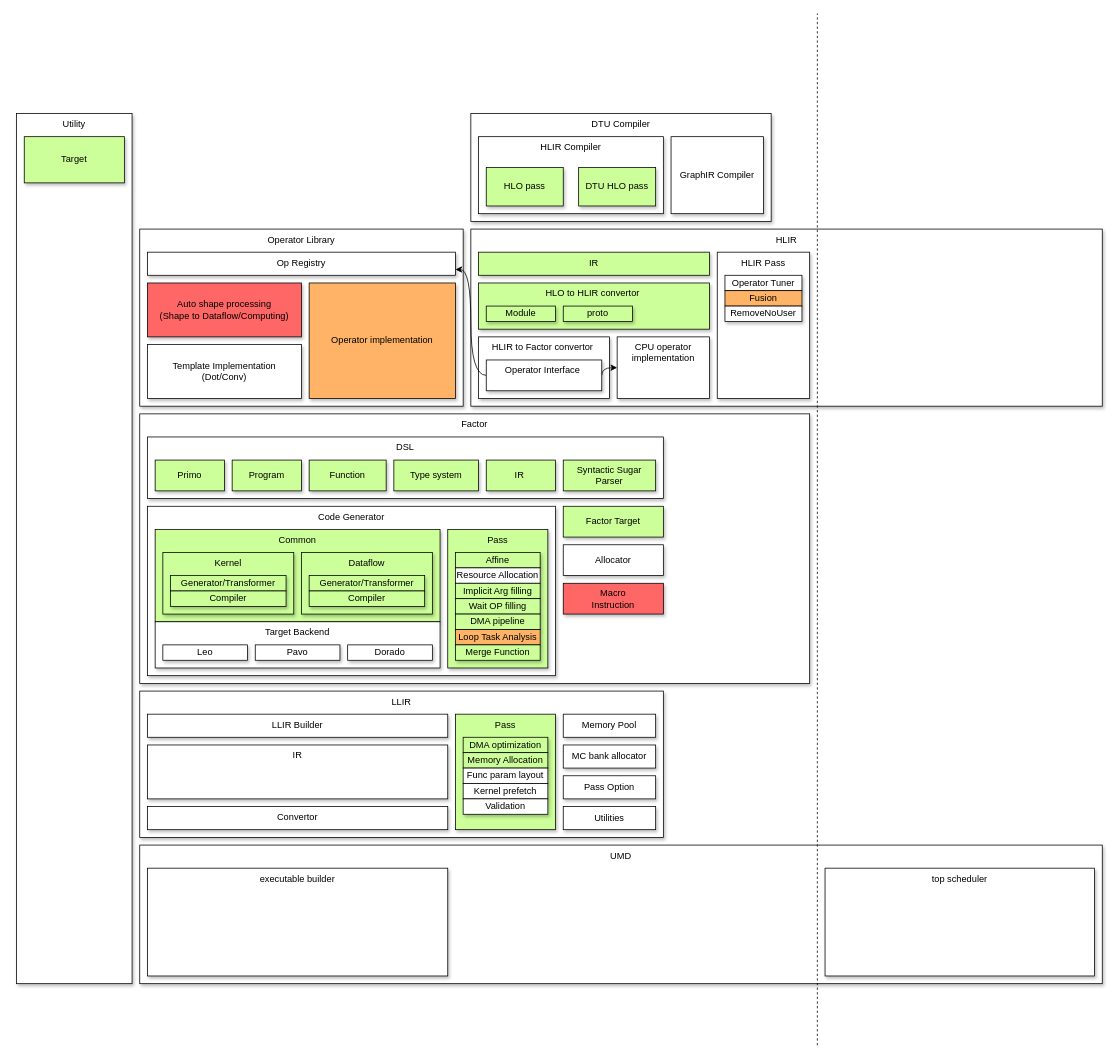
Earlier version of the draw.io diagram 组件及关系图.drawio (dingsg/drawio). Source tidied: cells renumbered, new cells numbered last; positions are measured from the earlier drawing's top-left corner, leaving out a move shared by most shapes. Both pictures are drawn from the tidied source at 77%, with x=0, y=0 at pixel (16, 13).
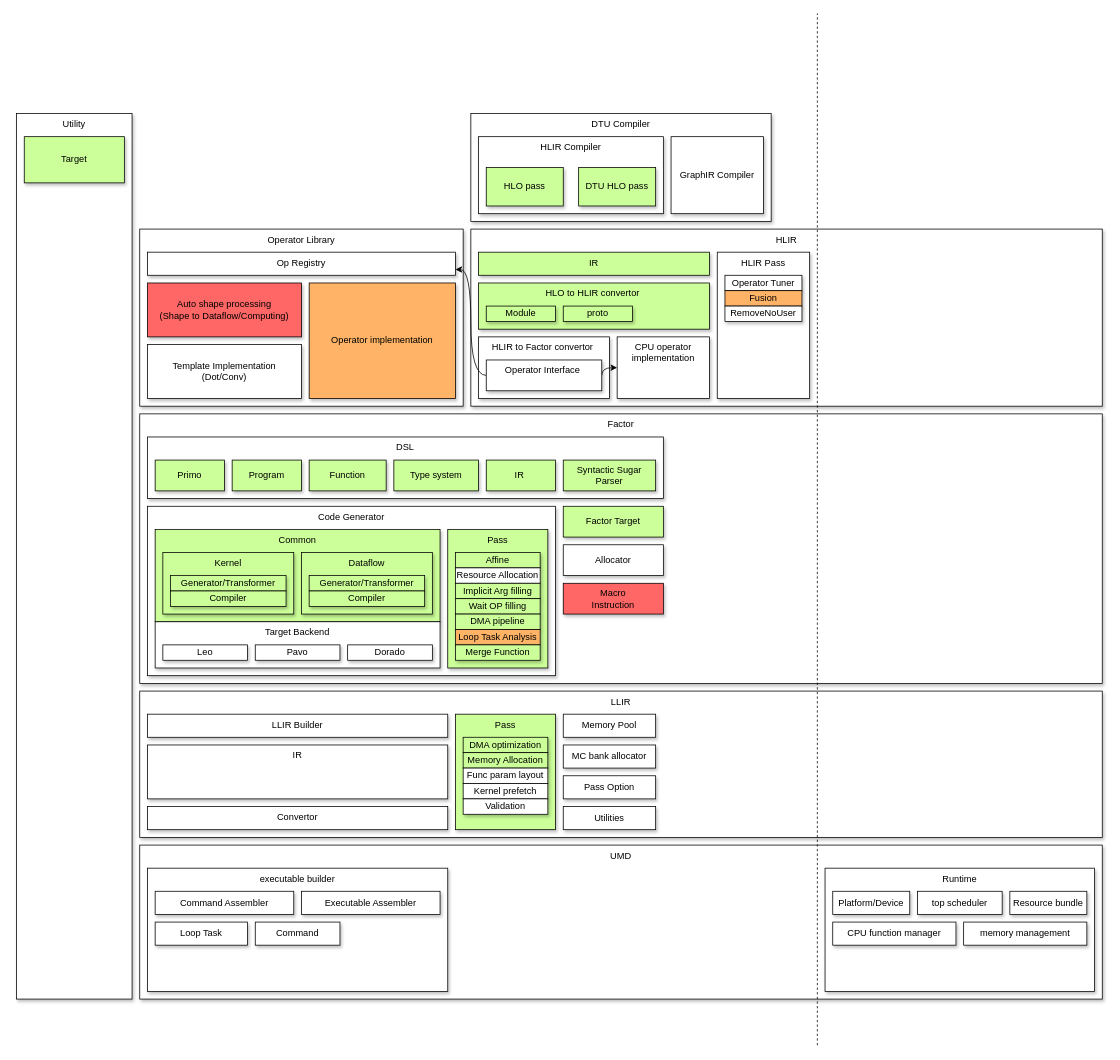
Above is the later version.

Commit message:
Update 组件及关系图.drawio

What changed in the source:
```diff
@@
     <mxCell id="3" value="Factor" style="rounded=0;whiteSpace=wrap;html=1;align=center;verticalAlign=top;shadow=1;" parent="1" vertex="1">
-      <mxGeometry x="160" y="520" width="870" height="350" as="geometry" />
+      <mxGeometry x="160" y="520" width="1250" height="350" as="geometry" />
     </mxCell>
@@
     <mxCell id="30" value="Utility" style="rounded=0;whiteSpace=wrap;html=1;align=center;verticalAlign=top;shadow=1;" parent="1" vertex="1">
-      <mxGeometry y="130" width="150" height="1130" as="geometry" />
+      <mxGeometry y="130" width="150" height="1150" as="geometry" />
     </mxCell>
@@
     <mxCell id="59" value="LLIR" style="rounded=0;whiteSpace=wrap;html=1;align=center;verticalAlign=top;shadow=1;" parent="1" vertex="1">
-      <mxGeometry x="160" y="880" width="680" height="190" as="geometry" />
+      <mxGeometry x="160" y="880" width="1250" height="190" as="geometry" />
     </mxCell>
@@
     <mxCell id="73" value="UMD" style="rounded=0;whiteSpace=wrap;html=1;align=center;verticalAlign=top;shadow=1;" parent="1" vertex="1">
-      <mxGeometry x="160" y="1080" width="1250" height="180" as="geometry" />
+      <mxGeometry x="160" y="1080" width="1250" height="200" as="geometry" />
     </mxCell>
@@
     <mxCell id="75" value="executable builder" style="rounded=0;whiteSpace=wrap;html=1;shadow=1;fillColor=#FFFFFF;align=center;verticalAlign=top;" parent="1" vertex="1">
-      <mxGeometry x="170" y="1110" width="390" height="140" as="geometry" />
+      <mxGeometry x="170" y="1110" width="390" height="160" as="geometry" />
     </mxCell>
-    <mxCell id="76" value="top scheduler" style="rounded=0;whiteSpace=wrap;html=1;shadow=1;fillColor=#FFFFFF;align=center;verticalAlign=top;" parent="1" vertex="1">
-      <mxGeometry x="1050" y="1110" width="350" height="140" as="geometry" />
+    <mxCell id="76" value="Runtime" style="rounded=0;whiteSpace=wrap;html=1;shadow=1;fillColor=#FFFFFF;align=center;verticalAlign=top;" parent="1" vertex="1">
+      <mxGeometry x="1050" y="1110" width="350" height="160" as="geometry" />
     </mxCell>
+    <mxCell id="77" value="Platform/Device" style="rounded=0;whiteSpace=wrap;html=1;shadow=1;fillColor=#FFFFFF;align=center;" parent="1" vertex="1">
+      <mxGeometry x="1060" y="1140" width="100" height="30" as="geometry" />
+    </mxCell>
+    <mxCell id="78" value="Command Assembler" style="rounded=0;whiteSpace=wrap;html=1;shadow=1;fillColor=#FFFFFF;align=center;" parent="1" vertex="1">
+      <mxGeometry x="180" y="1140" width="180" height="30" as="geometry" />
+    </mxCell>
+    <mxCell id="79" value="Loop Task" style="rounded=0;whiteSpace=wrap;html=1;shadow=1;fillColor=#FFFFFF;align=center;" parent="1" vertex="1">
+      <mxGeometry x="180" y="1180" width="120" height="30" as="geometry" />
+    </mxCell>
+    <mxCell id="80" value="Command" style="rounded=0;whiteSpace=wrap;html=1;shadow=1;fillColor=#FFFFFF;align=center;" parent="1" vertex="1">
+      <mxGeometry x="310" y="1180" width="110" height="30" as="geometry" />
+    </mxCell>
+    <mxCell id="81" value="Executable Assembler" style="rounded=0;whiteSpace=wrap;html=1;shadow=1;fillColor=#FFFFFF;align=center;" parent="1" vertex="1">
+      <mxGeometry x="370" y="1140" width="180" height="30" as="geometry" />
+    </mxCell>
+    <mxCell id="82" value="top scheduler" style="rounded=0;whiteSpace=wrap;html=1;shadow=1;fillColor=#FFFFFF;align=center;" parent="1" vertex="1">
+      <mxGeometry x="1170" y="1140" width="110" height="30" as="geometry" />
+    </mxCell>
+    <mxCell id="83" value="Resource bundle" style="rounded=0;whiteSpace=wrap;html=1;shadow=1;fillColor=#FFFFFF;align=center;" parent="1" vertex="1">
+      <mxGeometry x="1290" y="1140" width="100" height="30" as="geometry" />
+    </mxCell>
+    <mxCell id="84" value="memory management" style="rounded=0;whiteSpace=wrap;html=1;shadow=1;fillColor=#FFFFFF;align=center;" parent="1" vertex="1">
+      <mxGeometry x="1230" y="1180" width="160" height="30" as="geometry" />
+    </mxCell>
+    <mxCell id="85" value="CPU function manager" style="rounded=0;whiteSpace=wrap;html=1;shadow=1;fillColor=#FFFFFF;align=center;" parent="1" vertex="1">
+      <mxGeometry x="1060" y="1180" width="160" height="30" as="geometry" />
+    </mxCell>
```
